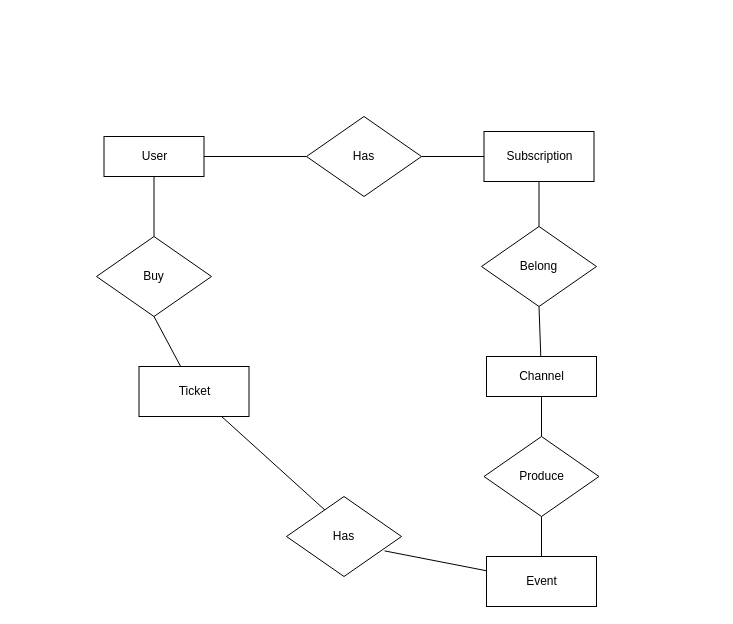
Earlier version of the draw.io diagram page "Class Diagram" (2 of 2) of EventFlowInfrastructure.drawio (huyngo057/EventFlow). Source tidied: cells renumbered, new cells numbered last; positions are measured from the earlier drawing's top-left corner, leaving out a move shared by most shapes. Both pictures are drawn from the tidied source at 100%, with x=0, y=0 at pixel (96, 116).
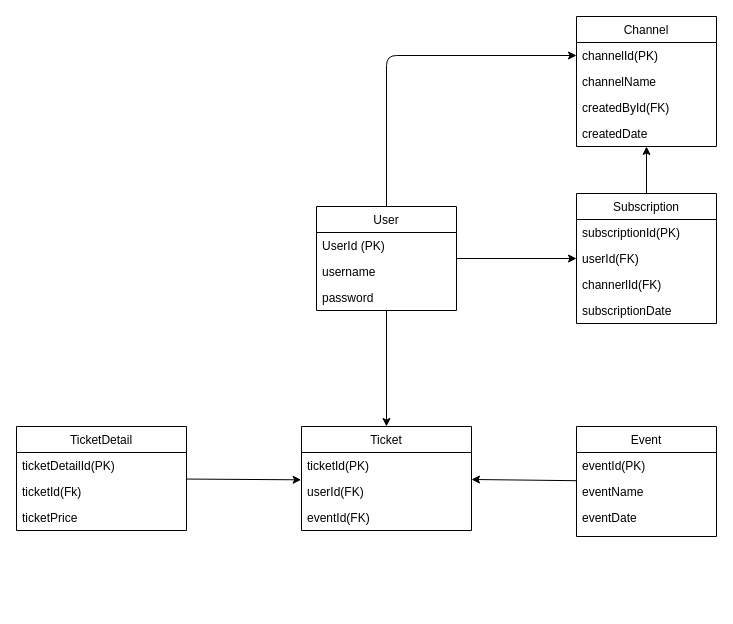
The same diagram, later.

Commit message:
doc: add class diagram to infrastructure design

The edit, as a diff of the source:
```diff
@@
-    <mxCell id="2" style="edgeStyle=none;html=1;entryX=0.5;entryY=1;entryDx=0;entryDy=0;endArrow=none;endFill=0;" parent="1" edge="1" source="4" target="20">
-      <mxGeometry relative="1" as="geometry" />
-    </mxCell>
-    <mxCell id="3" style="edgeStyle=none;html=1;entryX=0.853;entryY=0.68;entryDx=0;entryDy=0;entryPerimeter=0;endArrow=none;endFill=0;" parent="1" edge="1" source="4" target="21">
-      <mxGeometry relative="1" as="geometry" />
-    </mxCell>
+    <mxCell id="22" style="edgeStyle=none;html=1;entryX=0;entryY=0.5;entryDx=0;entryDy=0;" parent="1" edge="1" source="7" target="29">
+      <mxGeometry relative="1" as="geometry">
+        <Array as="points">
+          <mxPoint x="290" y="-61" />
+        </Array>
+      </mxGeometry>
+    </mxCell>
+    <mxCell id="7" value="User" style="swimlane;fontStyle=0;horizontal=1;startSize=26;fillColor=none;" parent="1" vertex="1">
+      <mxGeometry x="220" y="90" width="140" height="104" as="geometry" />
+    </mxCell>
+    <mxCell id="23" value="UserId (PK)" style="text;strokeColor=none;fillColor=none;align=left;verticalAlign=top;spacingLeft=4;spacingRight=4;overflow=hidden;" parent="7" vertex="1">
+      <mxGeometry y="26" width="140" height="26" as="geometry" />
+    </mxCell>
+    <mxCell id="24" value="username    " style="text;strokeColor=none;fillColor=none;align=left;verticalAlign=top;spacingLeft=4;spacingRight=4;overflow=hidden;" parent="7" vertex="1">
+      <mxGeometry y="52" width="140" height="26" as="geometry" />
+    </mxCell>
+    <mxCell id="25" value="password&#10;" style="text;strokeColor=none;fillColor=none;align=left;verticalAlign=top;spacingLeft=4;spacingRight=4;overflow=hidden;" parent="7" vertex="1">
+      <mxGeometry y="78" width="140" height="26" as="geometry" />
+    </mxCell>
-    <mxCell id="4" value="Event&lt;br&gt;" style="html=1;" parent="1" vertex="1">
-      <mxGeometry x="390" y="440" width="110" height="50" as="geometry" />
+    <mxCell id="4" value="Event" style="swimlane;fontStyle=0;horizontal=1;startSize=26;fillColor=none;" parent="1" vertex="1">
+      <mxGeometry x="480" y="310" width="140" height="110" as="geometry" />
     </mxCell>
-    <mxCell id="5" style="edgeStyle=none;html=1;entryX=0.5;entryY=0;entryDx=0;entryDy=0;endArrow=none;endFill=0;" parent="1" edge="1" source="7" target="18">
-      <mxGeometry relative="1" as="geometry" />
-    </mxCell>
-    <mxCell id="6" style="edgeStyle=none;html=1;entryX=0;entryY=0.5;entryDx=0;entryDy=0;endArrow=none;endFill=0;" parent="1" edge="1" source="7" target="17">
-      <mxGeometry relative="1" as="geometry" />
-    </mxCell>
-    <mxCell id="7" value="User" style="html=1;" parent="1" vertex="1">
-      <mxGeometry x="7.5" y="20" width="100" height="40" as="geometry" />
-    </mxCell>
-    <mxCell id="8" style="edgeStyle=none;html=1;entryX=0.5;entryY=1;entryDx=0;entryDy=0;endArrow=none;endFill=0;" parent="1" edge="1" source="10" target="18">
-      <mxGeometry relative="1" as="geometry" />
-    </mxCell>
-    <mxCell id="9" style="edgeStyle=none;html=1;entryX=0.337;entryY=0.173;entryDx=0;entryDy=0;entryPerimeter=0;endArrow=none;endFill=0;" parent="1" edge="1" source="10" target="21">
-      <mxGeometry relative="1" as="geometry" />
-    </mxCell>
+    <mxCell id="26" value="eventId(PK)" style="text;strokeColor=none;fillColor=none;align=left;verticalAlign=top;spacingLeft=4;spacingRight=4;overflow=hidden;" parent="4" vertex="1">
+      <mxGeometry y="26" width="140" height="26" as="geometry" />
+    </mxCell>
+    <mxCell id="27" value="eventName" style="text;strokeColor=none;fillColor=none;align=left;verticalAlign=top;spacingLeft=4;spacingRight=4;overflow=hidden;" parent="4" vertex="1">
+      <mxGeometry y="52" width="140" height="26" as="geometry" />
+    </mxCell>
+    <mxCell id="28" value="eventDate" style="text;strokeColor=none;fillColor=none;align=left;verticalAlign=top;spacingLeft=4;spacingRight=4;overflow=hidden;" parent="4" vertex="1">
+      <mxGeometry y="78" width="140" height="32" as="geometry" />
+    </mxCell>
+    <mxCell id="13" value="Channel" style="swimlane;fontStyle=0;horizontal=1;startSize=26;fillColor=none;" parent="1" vertex="1">
+      <mxGeometry x="480" y="-100" width="140" height="130" as="geometry" />
+    </mxCell>
+    <mxCell id="29" value="channelId(PK)" style="text;strokeColor=none;fillColor=none;align=left;verticalAlign=top;spacingLeft=4;spacingRight=4;overflow=hidden;points=[[0,0.5],[1,0.5]];portConstraint=eastwest;" parent="13" vertex="1">
+      <mxGeometry y="26" width="140" height="26" as="geometry" />
+    </mxCell>
+    <mxCell id="30" value="channelName" style="text;strokeColor=none;fillColor=none;align=left;verticalAlign=top;spacingLeft=4;spacingRight=4;overflow=hidden;" parent="13" vertex="1">
+      <mxGeometry y="52" width="140" height="26" as="geometry" />
+    </mxCell>
+    <mxCell id="31" value="createdById(FK)" style="text;strokeColor=none;fillColor=none;align=left;verticalAlign=top;spacingLeft=4;spacingRight=4;overflow=hidden;" parent="13" vertex="1">
+      <mxGeometry y="78" width="140" height="26" as="geometry" />
+    </mxCell>
+    <mxCell id="32" value="createdDate" style="text;strokeColor=none;fillColor=none;align=left;verticalAlign=top;spacingLeft=4;spacingRight=4;overflow=hidden;" parent="13" vertex="1">
+      <mxGeometry y="104" width="140" height="26" as="geometry" />
+    </mxCell>
-    <mxCell id="10" value="Ticket" style="html=1;" parent="1" vertex="1">
-      <mxGeometry x="42.5" y="250" width="110" height="50" as="geometry" />
+    <mxCell id="10" value="Ticket" style="swimlane;fontStyle=0;horizontal=1;startSize=26;fillColor=none;" parent="1" vertex="1">
+      <mxGeometry x="205" y="310" width="170" height="104" as="geometry" />
     </mxCell>
-    <mxCell id="11" style="edgeStyle=none;html=1;entryX=0.5;entryY=1;entryDx=0;entryDy=0;endArrow=none;endFill=0;" parent="1" edge="1" source="13" target="19">
-      <mxGeometry relative="1" as="geometry" />
-    </mxCell>
-    <mxCell id="12" style="edgeStyle=none;html=1;entryX=0.5;entryY=0;entryDx=0;entryDy=0;endArrow=none;endFill=0;" parent="1" edge="1" source="13" target="20">
-      <mxGeometry relative="1" as="geometry" />
-    </mxCell>
-    <mxCell id="13" value="Channel&lt;br&gt;" style="html=1;" parent="1" vertex="1">
-      <mxGeometry x="390" y="240" width="110" height="40" as="geometry" />
-    </mxCell>
-    <mxCell id="14" style="edgeStyle=none;html=1;entryX=0.5;entryY=0;entryDx=0;entryDy=0;endArrow=none;endFill=0;" parent="1" edge="1" source="15" target="19">
-      <mxGeometry relative="1" as="geometry" />
-    </mxCell>
+    <mxCell id="33" value="ticketId(PK)&#10;" style="text;strokeColor=none;fillColor=none;align=left;verticalAlign=top;spacingLeft=4;spacingRight=4;overflow=hidden;" parent="10" vertex="1">
+      <mxGeometry y="26" width="170" height="26" as="geometry" />
+    </mxCell>
+    <mxCell id="34" value="userId(FK)" style="text;strokeColor=none;fillColor=none;align=left;verticalAlign=top;spacingLeft=4;spacingRight=4;overflow=hidden;points=[[0,0.5],[1,0.5]];portConstraint=eastwest;" parent="10" vertex="1">
+      <mxGeometry y="52" width="170" height="26" as="geometry" />
+    </mxCell>
+    <mxCell id="35" value="eventId(FK)" style="text;strokeColor=none;fillColor=none;align=left;verticalAlign=top;spacingLeft=4;spacingRight=4;overflow=hidden;" parent="10" vertex="1">
+      <mxGeometry y="78" width="170" height="26" as="geometry" />
+    </mxCell>
-    <mxCell id="15" value="Subscription" style="html=1;" parent="1" vertex="1">
-      <mxGeometry x="387.5" y="15" width="110" height="50" as="geometry" />
+    <mxCell id="15" value="Subscription" style="swimlane;fontStyle=0;horizontal=1;startSize=26;fillColor=none;" parent="1" vertex="1">
+      <mxGeometry x="480" y="77" width="140" height="130" as="geometry" />
     </mxCell>
-    <mxCell id="16" style="edgeStyle=none;html=1;entryX=0;entryY=0.5;entryDx=0;entryDy=0;endArrow=none;endFill=0;" parent="1" edge="1" source="17" target="15">
-      <mxGeometry relative="1" as="geometry" />
-    </mxCell>
-    <mxCell id="17" value="Has" style="rhombus;whiteSpace=wrap;html=1;" parent="1" vertex="1">
-      <mxGeometry x="210" width="115" height="80" as="geometry" />
-    </mxCell>
-    <mxCell id="18" value="Buy" style="rhombus;whiteSpace=wrap;html=1;" parent="1" vertex="1">
-      <mxGeometry y="120" width="115" height="80" as="geometry" />
-    </mxCell>
-    <mxCell id="19" value="Belong" style="rhombus;whiteSpace=wrap;html=1;" parent="1" vertex="1">
-      <mxGeometry x="385" y="110" width="115" height="80" as="geometry" />
-    </mxCell>
-    <mxCell id="20" value="Produce" style="rhombus;whiteSpace=wrap;html=1;" parent="1" vertex="1">
-      <mxGeometry x="387.5" y="320" width="115" height="80" as="geometry" />
-    </mxCell>
-    <mxCell id="21" value="Has" style="rhombus;whiteSpace=wrap;html=1;" parent="1" vertex="1">
-      <mxGeometry x="190" y="380" width="115" height="80" as="geometry" />
-    </mxCell>
+    <mxCell id="36" value="subscriptionId(PK)" style="text;strokeColor=none;fillColor=none;align=left;verticalAlign=top;spacingLeft=4;spacingRight=4;overflow=hidden;" parent="15" vertex="1">
+      <mxGeometry y="26" width="140" height="26" as="geometry" />
+    </mxCell>
+    <mxCell id="37" value="userId(FK)" style="text;strokeColor=none;fillColor=none;align=left;verticalAlign=top;spacingLeft=4;spacingRight=4;overflow=hidden;" parent="15" vertex="1">
+      <mxGeometry y="52" width="140" height="26" as="geometry" />
+    </mxCell>
+    <mxCell id="38" value="channerlId(FK)" style="text;strokeColor=none;fillColor=none;align=left;verticalAlign=top;spacingLeft=4;spacingRight=4;overflow=hidden;" parent="15" vertex="1">
+      <mxGeometry y="78" width="140" height="26" as="geometry" />
+    </mxCell>
+    <mxCell id="39" value="subscriptionDate" style="text;strokeColor=none;fillColor=none;align=left;verticalAlign=top;spacingLeft=4;spacingRight=4;overflow=hidden;" parent="15" vertex="1">
+      <mxGeometry y="104" width="140" height="26" as="geometry" />
+    </mxCell>
+    <mxCell id="40" style="endArrow=classic;html=1;" parent="1" edge="1" source="7" target="15">
+      <mxGeometry relative="1" as="geometry" />
+    </mxCell>
+    <mxCell id="41" style="endArrow=classic;html=1;" parent="1" edge="1" source="15" target="13">
+      <mxGeometry relative="1" as="geometry" />
+    </mxCell>
+    <mxCell id="42" style="edgeStyle=none;html=1;" parent="1" edge="1" source="7" target="10">
+      <mxGeometry relative="1" as="geometry" />
+    </mxCell>
+    <mxCell id="43" style="edgeStyle=none;html=1;" parent="1" edge="1" source="4" target="10">
+      <mxGeometry relative="1" as="geometry" />
+    </mxCell>
+    <mxCell id="44" style="edgeStyle=none;html=1;entryX=-0.002;entryY=0.051;entryDx=0;entryDy=0;entryPerimeter=0;" parent="1" edge="1" source="45" target="34">
+      <mxGeometry relative="1" as="geometry" />
+    </mxCell>
+    <mxCell id="45" value="TicketDetail" style="swimlane;fontStyle=0;horizontal=1;startSize=26;fillColor=none;" parent="1" vertex="1">
+      <mxGeometry x="-80" y="310" width="170" height="104" as="geometry" />
+    </mxCell>
+    <mxCell id="46" value="ticketDetailId(PK)" style="text;strokeColor=none;fillColor=none;align=left;verticalAlign=top;spacingLeft=4;spacingRight=4;overflow=hidden;" parent="45" vertex="1">
+      <mxGeometry y="26" width="170" height="26" as="geometry" />
+    </mxCell>
+    <mxCell id="47" value="ticketId(Fk)" style="text;strokeColor=none;fillColor=none;align=left;verticalAlign=top;spacingLeft=4;spacingRight=4;overflow=hidden;" parent="45" vertex="1">
+      <mxGeometry y="52" width="170" height="26" as="geometry" />
+    </mxCell>
+    <mxCell id="48" value="ticketPrice" style="text;strokeColor=none;fillColor=none;align=left;verticalAlign=top;spacingLeft=4;spacingRight=4;overflow=hidden;" parent="45" vertex="1">
+      <mxGeometry y="78" width="170" height="26" as="geometry" />
+    </mxCell>
```
